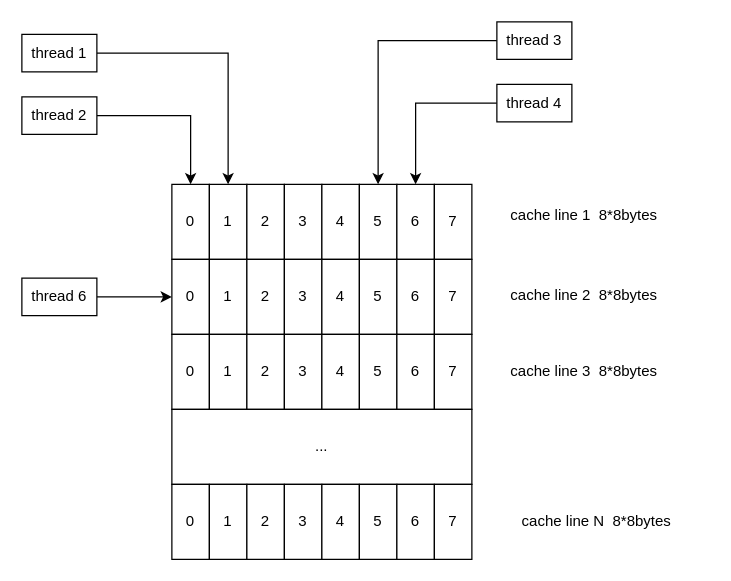
Above: resource/new/false-sharing-1.drawio in zuochunwei/hpc (draw.io), before the change. Source tidied: cells renumbered, new cells numbered last; positions are measured from the earlier drawing's top-left corner, leaving out a move shared by most shapes. Both pictures are drawn from the tidied source at 125%, with x=0, y=0 at pixel (21, 21).
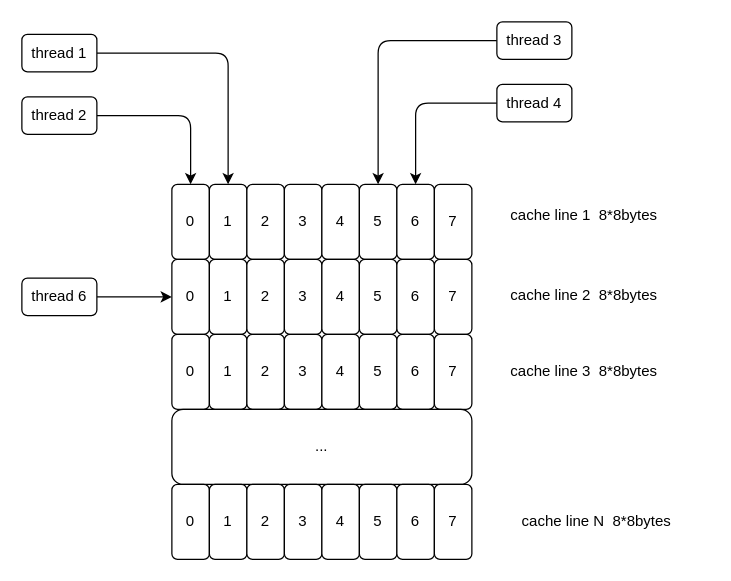
Above is the later version.

Change to the diagram source:
```diff
@@
-    <mxCell id="2" value="0" style="rounded=0;whiteSpace=wrap;html=1;" parent="1" vertex="1">
+    <mxCell id="2" value="0" style="rounded=1;whiteSpace=wrap;html=1;" parent="1" vertex="1">
       <mxGeometry x="120" y="130" width="30" height="60" as="geometry" />
     </mxCell>
-    <mxCell id="3" value="1" style="rounded=0;whiteSpace=wrap;html=1;" parent="1" vertex="1">
+    <mxCell id="3" value="1" style="rounded=1;whiteSpace=wrap;html=1;" parent="1" vertex="1">
       <mxGeometry x="150" y="130" width="30" height="60" as="geometry" />
     </mxCell>
-    <mxCell id="4" value="2" style="rounded=0;whiteSpace=wrap;html=1;" parent="1" vertex="1">
+    <mxCell id="4" value="2" style="rounded=1;whiteSpace=wrap;html=1;" parent="1" vertex="1">
       <mxGeometry x="180" y="130" width="30" height="60" as="geometry" />
     </mxCell>
-    <mxCell id="5" value="3" style="rounded=0;whiteSpace=wrap;html=1;" parent="1" vertex="1">
+    <mxCell id="5" value="3" style="rounded=1;whiteSpace=wrap;html=1;" parent="1" vertex="1">
       <mxGeometry x="210" y="130" width="30" height="60" as="geometry" />
     </mxCell>
-    <mxCell id="6" value="4" style="rounded=0;whiteSpace=wrap;html=1;" parent="1" vertex="1">
+    <mxCell id="6" value="4" style="rounded=1;whiteSpace=wrap;html=1;" parent="1" vertex="1">
       <mxGeometry x="240" y="130" width="30" height="60" as="geometry" />
     </mxCell>
-    <mxCell id="7" value="5" style="rounded=0;whiteSpace=wrap;html=1;" parent="1" vertex="1">
+    <mxCell id="7" value="5" style="rounded=1;whiteSpace=wrap;html=1;" parent="1" vertex="1">
       <mxGeometry x="270" y="130" width="30" height="60" as="geometry" />
     </mxCell>
-    <mxCell id="8" value="6" style="rounded=0;whiteSpace=wrap;html=1;" parent="1" vertex="1">
+    <mxCell id="8" value="6" style="rounded=1;whiteSpace=wrap;html=1;" parent="1" vertex="1">
       <mxGeometry x="300" y="130" width="30" height="60" as="geometry" />
     </mxCell>
-    <mxCell id="9" value="7" style="rounded=0;whiteSpace=wrap;html=1;" parent="1" vertex="1">
+    <mxCell id="9" value="7" style="rounded=1;whiteSpace=wrap;html=1;" parent="1" vertex="1">
       <mxGeometry x="330" y="130" width="30" height="60" as="geometry" />
     </mxCell>
-    <mxCell id="10" value="0" style="rounded=0;whiteSpace=wrap;html=1;" parent="1" vertex="1">
+    <mxCell id="10" value="0" style="rounded=1;whiteSpace=wrap;html=1;" parent="1" vertex="1">
       <mxGeometry x="120" y="190" width="30" height="60" as="geometry" />
     </mxCell>
-    <mxCell id="11" value="1" style="rounded=0;whiteSpace=wrap;html=1;" parent="1" vertex="1">
+    <mxCell id="11" value="1" style="rounded=1;whiteSpace=wrap;html=1;" parent="1" vertex="1">
       <mxGeometry x="150" y="190" width="30" height="60" as="geometry" />
     </mxCell>
-    <mxCell id="12" value="2" style="rounded=0;whiteSpace=wrap;html=1;" parent="1" vertex="1">
+    <mxCell id="12" value="2" style="rounded=1;whiteSpace=wrap;html=1;" parent="1" vertex="1">
       <mxGeometry x="180" y="190" width="30" height="60" as="geometry" />
     </mxCell>
-    <mxCell id="13" value="3" style="rounded=0;whiteSpace=wrap;html=1;" parent="1" vertex="1">
+    <mxCell id="13" value="3" style="rounded=1;whiteSpace=wrap;html=1;" parent="1" vertex="1">
       <mxGeometry x="210" y="190" width="30" height="60" as="geometry" />
     </mxCell>
-    <mxCell id="14" value="4" style="rounded=0;whiteSpace=wrap;html=1;" parent="1" vertex="1">
+    <mxCell id="14" value="4" style="rounded=1;whiteSpace=wrap;html=1;" parent="1" vertex="1">
       <mxGeometry x="240" y="190" width="30" height="60" as="geometry" />
     </mxCell>
-    <mxCell id="15" value="5" style="rounded=0;whiteSpace=wrap;html=1;" parent="1" vertex="1">
+    <mxCell id="15" value="5" style="rounded=1;whiteSpace=wrap;html=1;" parent="1" vertex="1">
       <mxGeometry x="270" y="190" width="30" height="60" as="geometry" />
     </mxCell>
-    <mxCell id="16" value="6" style="rounded=0;whiteSpace=wrap;html=1;" parent="1" vertex="1">
+    <mxCell id="16" value="6" style="rounded=1;whiteSpace=wrap;html=1;" parent="1" vertex="1">
       <mxGeometry x="300" y="190" width="30" height="60" as="geometry" />
     </mxCell>
-    <mxCell id="17" value="7" style="rounded=0;whiteSpace=wrap;html=1;" parent="1" vertex="1">
+    <mxCell id="17" value="7" style="rounded=1;whiteSpace=wrap;html=1;" parent="1" vertex="1">
       <mxGeometry x="330" y="190" width="30" height="60" as="geometry" />
     </mxCell>
-    <mxCell id="18" value="0" style="rounded=0;whiteSpace=wrap;html=1;" parent="1" vertex="1">
+    <mxCell id="18" value="0" style="rounded=1;whiteSpace=wrap;html=1;" parent="1" vertex="1">
       <mxGeometry x="120" y="250" width="30" height="60" as="geometry" />
     </mxCell>
-    <mxCell id="19" value="1" style="rounded=0;whiteSpace=wrap;html=1;" parent="1" vertex="1">
+    <mxCell id="19" value="1" style="rounded=1;whiteSpace=wrap;html=1;" parent="1" vertex="1">
       <mxGeometry x="150" y="250" width="30" height="60" as="geometry" />
     </mxCell>
-    <mxCell id="20" value="2" style="rounded=0;whiteSpace=wrap;html=1;" parent="1" vertex="1">
+    <mxCell id="20" value="2" style="rounded=1;whiteSpace=wrap;html=1;" parent="1" vertex="1">
       <mxGeometry x="180" y="250" width="30" height="60" as="geometry" />
     </mxCell>
-    <mxCell id="21" value="3" style="rounded=0;whiteSpace=wrap;html=1;" parent="1" vertex="1">
+    <mxCell id="21" value="3" style="rounded=1;whiteSpace=wrap;html=1;" parent="1" vertex="1">
       <mxGeometry x="210" y="250" width="30" height="60" as="geometry" />
     </mxCell>
-    <mxCell id="22" value="4" style="rounded=0;whiteSpace=wrap;html=1;" parent="1" vertex="1">
+    <mxCell id="22" value="4" style="rounded=1;whiteSpace=wrap;html=1;" parent="1" vertex="1">
       <mxGeometry x="240" y="250" width="30" height="60" as="geometry" />
     </mxCell>
-    <mxCell id="23" value="5" style="rounded=0;whiteSpace=wrap;html=1;" parent="1" vertex="1">
+    <mxCell id="23" value="5" style="rounded=1;whiteSpace=wrap;html=1;" parent="1" vertex="1">
       <mxGeometry x="270" y="250" width="30" height="60" as="geometry" />
     </mxCell>
-    <mxCell id="24" value="6" style="rounded=0;whiteSpace=wrap;html=1;" parent="1" vertex="1">
+    <mxCell id="24" value="6" style="rounded=1;whiteSpace=wrap;html=1;" parent="1" vertex="1">
       <mxGeometry x="300" y="250" width="30" height="60" as="geometry" />
     </mxCell>
-    <mxCell id="25" value="7" style="rounded=0;whiteSpace=wrap;html=1;" parent="1" vertex="1">
+    <mxCell id="25" value="7" style="rounded=1;whiteSpace=wrap;html=1;" parent="1" vertex="1">
       <mxGeometry x="330" y="250" width="30" height="60" as="geometry" />
     </mxCell>
-    <mxCell id="26" value="..." style="rounded=0;whiteSpace=wrap;html=1;" parent="1" vertex="1">
+    <mxCell id="26" value="..." style="rounded=1;whiteSpace=wrap;html=1;" parent="1" vertex="1">
       <mxGeometry x="120" y="310" width="240" height="60" as="geometry" />
     </mxCell>
-    <mxCell id="27" value="cache line 1&amp;nbsp; 8*8bytes" style="text;html=1;strokeColor=none;fillColor=none;align=center;verticalAlign=middle;whiteSpace=wrap;rounded=0;" parent="1" vertex="1">
+    <mxCell id="27" value="cache line 1&amp;nbsp; 8*8bytes" style="text;html=1;strokeColor=none;fillColor=none;align=center;verticalAlign=middle;whiteSpace=wrap;rounded=1;" parent="1" vertex="1">
       <mxGeometry x="360" y="140" width="180" height="30" as="geometry" />
     </mxCell>
-    <mxCell id="28" value="cache line 2&amp;nbsp; 8*8bytes" style="text;html=1;strokeColor=none;fillColor=none;align=center;verticalAlign=middle;whiteSpace=wrap;rounded=0;" parent="1" vertex="1">
+    <mxCell id="28" value="cache line 2&amp;nbsp; 8*8bytes" style="text;html=1;strokeColor=none;fillColor=none;align=center;verticalAlign=middle;whiteSpace=wrap;rounded=1;" parent="1" vertex="1">
       <mxGeometry x="360" y="204" width="180" height="30" as="geometry" />
     </mxCell>
-    <mxCell id="29" value="cache line 3&amp;nbsp; 8*8bytes" style="text;html=1;strokeColor=none;fillColor=none;align=center;verticalAlign=middle;whiteSpace=wrap;rounded=0;" parent="1" vertex="1">
+    <mxCell id="29" value="cache line 3&amp;nbsp; 8*8bytes" style="text;html=1;strokeColor=none;fillColor=none;align=center;verticalAlign=middle;whiteSpace=wrap;rounded=1;" parent="1" vertex="1">
       <mxGeometry x="360" y="265" width="180" height="30" as="geometry" />
     </mxCell>
-    <mxCell id="30" value="0" style="rounded=0;whiteSpace=wrap;html=1;" parent="1" vertex="1">
+    <mxCell id="30" value="0" style="rounded=1;whiteSpace=wrap;html=1;" parent="1" vertex="1">
       <mxGeometry x="120" y="370" width="30" height="60" as="geometry" />
     </mxCell>
-    <mxCell id="31" value="1" style="rounded=0;whiteSpace=wrap;html=1;" parent="1" vertex="1">
+    <mxCell id="31" value="1" style="rounded=1;whiteSpace=wrap;html=1;" parent="1" vertex="1">
       <mxGeometry x="150" y="370" width="30" height="60" as="geometry" />
     </mxCell>
-    <mxCell id="32" value="2" style="rounded=0;whiteSpace=wrap;html=1;" parent="1" vertex="1">
+    <mxCell id="32" value="2" style="rounded=1;whiteSpace=wrap;html=1;" parent="1" vertex="1">
       <mxGeometry x="180" y="370" width="30" height="60" as="geometry" />
     </mxCell>
-    <mxCell id="33" value="3" style="rounded=0;whiteSpace=wrap;html=1;" parent="1" vertex="1">
+    <mxCell id="33" value="3" style="rounded=1;whiteSpace=wrap;html=1;" parent="1" vertex="1">
       <mxGeometry x="210" y="370" width="30" height="60" as="geometry" />
     </mxCell>
-    <mxCell id="34" value="4" style="rounded=0;whiteSpace=wrap;html=1;" parent="1" vertex="1">
+    <mxCell id="34" value="4" style="rounded=1;whiteSpace=wrap;html=1;" parent="1" vertex="1">
       <mxGeometry x="240" y="370" width="30" height="60" as="geometry" />
     </mxCell>
-    <mxCell id="35" value="5" style="rounded=0;whiteSpace=wrap;html=1;" parent="1" vertex="1">
+    <mxCell id="35" value="5" style="rounded=1;whiteSpace=wrap;html=1;" parent="1" vertex="1">
       <mxGeometry x="270" y="370" width="30" height="60" as="geometry" />
     </mxCell>
-    <mxCell id="36" value="6" style="rounded=0;whiteSpace=wrap;html=1;" parent="1" vertex="1">
+    <mxCell id="36" value="6" style="rounded=1;whiteSpace=wrap;html=1;" parent="1" vertex="1">
       <mxGeometry x="300" y="370" width="30" height="60" as="geometry" />
     </mxCell>
-    <mxCell id="37" value="7" style="rounded=0;whiteSpace=wrap;html=1;" parent="1" vertex="1">
+    <mxCell id="37" value="7" style="rounded=1;whiteSpace=wrap;html=1;" parent="1" vertex="1">
       <mxGeometry x="330" y="370" width="30" height="60" as="geometry" />
     </mxCell>
-    <mxCell id="38" value="cache line N&amp;nbsp; 8*8bytes" style="text;html=1;strokeColor=none;fillColor=none;align=center;verticalAlign=middle;whiteSpace=wrap;rounded=0;" parent="1" vertex="1">
+    <mxCell id="38" value="cache line N&amp;nbsp; 8*8bytes" style="text;html=1;strokeColor=none;fillColor=none;align=center;verticalAlign=middle;whiteSpace=wrap;rounded=1;" parent="1" vertex="1">
       <mxGeometry x="370" y="385" width="180" height="30" as="geometry" />
     </mxCell>
-    <mxCell id="39" style="edgeStyle=orthogonalEdgeStyle;rounded=0;jettySize=auto;html=1;exitX=1;exitY=0.5;exitDx=0;exitDy=0;entryX=0.5;entryY=0;entryDx=0;entryDy=0;" parent="1" edge="1" source="40" target="3">
+    <mxCell id="39" style="edgeStyle=orthogonalEdgeStyle;rounded=1;jettySize=auto;html=1;exitX=1;exitY=0.5;exitDx=0;exitDy=0;entryX=0.5;entryY=0;entryDx=0;entryDy=0;" parent="1" edge="1" source="40" target="3">
       <mxGeometry relative="1" as="geometry" />
     </mxCell>
-    <mxCell id="40" value="thread 1" style="rounded=0;whiteSpace=wrap;html=1;" parent="1" vertex="1">
+    <mxCell id="40" value="thread 1" style="rounded=1;whiteSpace=wrap;html=1;" parent="1" vertex="1">
       <mxGeometry y="10" width="60" height="30" as="geometry" />
     </mxCell>
-    <mxCell id="41" style="edgeStyle=orthogonalEdgeStyle;rounded=0;jettySize=auto;html=1;exitX=1;exitY=0.5;exitDx=0;exitDy=0;entryX=0.5;entryY=0;entryDx=0;entryDy=0;" parent="1" edge="1" source="42" target="2">
+    <mxCell id="41" style="edgeStyle=orthogonalEdgeStyle;rounded=1;jettySize=auto;html=1;exitX=1;exitY=0.5;exitDx=0;exitDy=0;entryX=0.5;entryY=0;entryDx=0;entryDy=0;" parent="1" edge="1" source="42" target="2">
       <mxGeometry relative="1" as="geometry" />
     </mxCell>
-    <mxCell id="42" value="thread 2" style="rounded=0;whiteSpace=wrap;html=1;" parent="1" vertex="1">
+    <mxCell id="42" value="thread 2" style="rounded=1;whiteSpace=wrap;html=1;" parent="1" vertex="1">
       <mxGeometry y="60" width="60" height="30" as="geometry" />
     </mxCell>
-    <mxCell id="43" style="edgeStyle=orthogonalEdgeStyle;rounded=0;jettySize=auto;html=1;exitX=0;exitY=0.5;exitDx=0;exitDy=0;" parent="1" edge="1" source="44" target="7">
+    <mxCell id="43" style="edgeStyle=orthogonalEdgeStyle;rounded=1;jettySize=auto;html=1;exitX=0;exitY=0.5;exitDx=0;exitDy=0;" parent="1" edge="1" source="44" target="7">
       <mxGeometry relative="1" as="geometry" />
     </mxCell>
-    <mxCell id="44" value="thread 3" style="rounded=0;whiteSpace=wrap;html=1;" parent="1" vertex="1">
+    <mxCell id="44" value="thread 3" style="rounded=1;whiteSpace=wrap;html=1;" parent="1" vertex="1">
       <mxGeometry x="380" width="60" height="30" as="geometry" />
     </mxCell>
-    <mxCell id="45" style="edgeStyle=orthogonalEdgeStyle;rounded=0;jettySize=auto;html=1;exitX=0;exitY=0.5;exitDx=0;exitDy=0;entryX=0.5;entryY=0;entryDx=0;entryDy=0;" parent="1" edge="1" source="46" target="8">
+    <mxCell id="45" style="edgeStyle=orthogonalEdgeStyle;rounded=1;jettySize=auto;html=1;exitX=0;exitY=0.5;exitDx=0;exitDy=0;entryX=0.5;entryY=0;entryDx=0;entryDy=0;" parent="1" edge="1" source="46" target="8">
       <mxGeometry relative="1" as="geometry" />
     </mxCell>
-    <mxCell id="46" value="thread 4" style="rounded=0;whiteSpace=wrap;html=1;" parent="1" vertex="1">
+    <mxCell id="46" value="thread 4" style="rounded=1;whiteSpace=wrap;html=1;" parent="1" vertex="1">
       <mxGeometry x="380" y="50" width="60" height="30" as="geometry" />
     </mxCell>
-    <mxCell id="47" style="edgeStyle=orthogonalEdgeStyle;rounded=0;jettySize=auto;html=1;exitX=1;exitY=0.5;exitDx=0;exitDy=0;entryX=0;entryY=0.5;entryDx=0;entryDy=0;" parent="1" edge="1" source="48" target="10">
+    <mxCell id="47" style="edgeStyle=orthogonalEdgeStyle;rounded=1;jettySize=auto;html=1;exitX=1;exitY=0.5;exitDx=0;exitDy=0;entryX=0;entryY=0.5;entryDx=0;entryDy=0;" parent="1" edge="1" source="48" target="10">
       <mxGeometry relative="1" as="geometry" />
     </mxCell>
-    <mxCell id="48" value="thread 6" style="rounded=0;whiteSpace=wrap;html=1;" parent="1" vertex="1">
+    <mxCell id="48" value="thread 6" style="rounded=1;whiteSpace=wrap;html=1;" parent="1" vertex="1">
       <mxGeometry y="205" width="60" height="30" as="geometry" />
     </mxCell>
```
